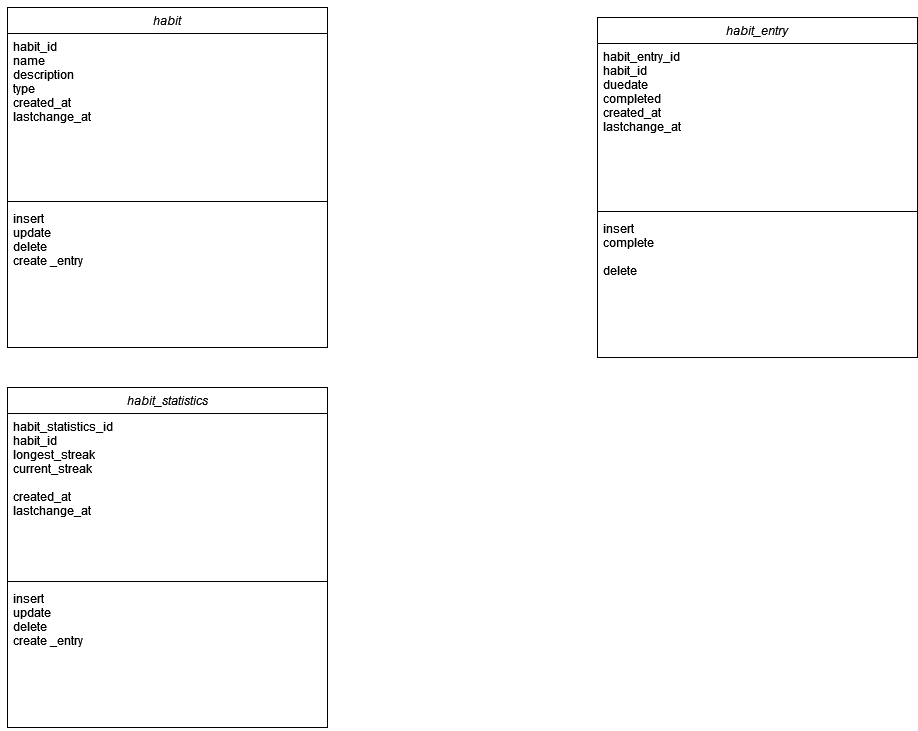
The draw.io diagram diagrams/classes.png in CosmicWhiskers/habit-tracker, before a commit. Source tidied: cells renumbered, new cells last; positions are measured from the earlier drawing's top-left corner, leaving out a move shared by most shapes.
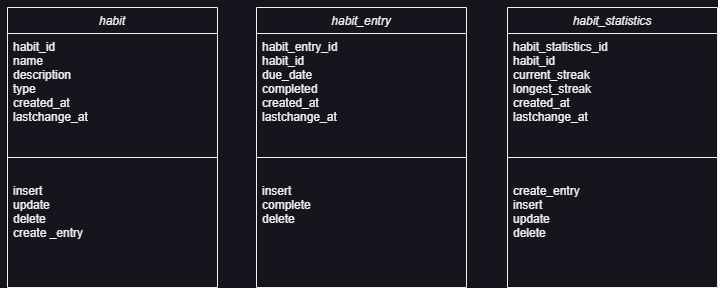
After the commit.

Commit message:
- added test -modified classes UML

Diff of the diagram source:
```diff
@@ -8,40 +8,40 @@
       </mxGeometry>
     </mxCell>
     <mxCell id="3" value="habit" style="swimlane;fontStyle=2;align=center;verticalAlign=top;horizontal=1;startSize=26;rounded=0;shadow=0;strokeWidth=1;" parent="1" vertex="1">
-      <mxGeometry width="320" height="340" as="geometry" />
+      <mxGeometry width="210" height="280" as="geometry" />
     </mxCell>
     <mxCell id="4" value="habit_id&#10;name&#10;description&#10;type&#10;created_at&#10;lastchange_at&#10;&#10;&#10;&#10;" style="text;align=left;verticalAlign=top;spacingLeft=4;spacingRight=4;overflow=hidden;" parent="3" vertex="1">
-      <mxGeometry y="26" width="320" height="164" as="geometry" />
+      <mxGeometry y="26" width="210" height="104" as="geometry" />
     </mxCell>
     <mxCell id="5" style="line;html=1;strokeWidth=1;align=left;verticalAlign=middle;spacingTop=-1;spacingLeft=3;spacingRight=3;labelPosition=right;" parent="3" vertex="1">
-      <mxGeometry y="190" width="320" height="8" as="geometry" />
+      <mxGeometry y="130" width="210" height="40" as="geometry" />
     </mxCell>
     <mxCell id="6" value="insert&#10;update&#10;delete&#10;create _entry&#10;&#10;" style="text;align=left;verticalAlign=top;spacingLeft=4;spacingRight=4;overflow=hidden;" parent="3" vertex="1">
-      <mxGeometry y="198" width="320" height="142" as="geometry" />
+      <mxGeometry y="170" width="210" height="82" as="geometry" />
     </mxCell>
     <mxCell id="7" value="habit_entry" style="swimlane;fontStyle=2;align=center;verticalAlign=top;horizontal=1;startSize=26;rounded=0;shadow=0;strokeWidth=1;" parent="1" vertex="1">
-      <mxGeometry x="590" y="10" width="320" height="340" as="geometry" />
+      <mxGeometry x="249" width="210" height="280" as="geometry" />
     </mxCell>
-    <mxCell id="8" value="habit_entry_id&#10;habit_id&#10;duedate&#10;completed&#10;created_at&#10;lastchange_at&#10;&#10;&#10;&#10;" style="text;align=left;verticalAlign=top;spacingLeft=4;spacingRight=4;overflow=hidden;" parent="7" vertex="1">
-      <mxGeometry y="26" width="320" height="164" as="geometry" />
-    </mxCell>
-    <mxCell id="9" style="line;html=1;strokeWidth=1;align=left;verticalAlign=middle;spacingTop=-1;spacingLeft=3;spacingRight=3;labelPosition=right;" parent="7" vertex="1">
-      <mxGeometry y="190" width="320" height="8" as="geometry" />
-    </mxCell>
+    <mxCell id="15" value="habit_entry_id&#10;habit_id&#10;due_date&#10;completed&#10;created_at&#10;lastchange_at&#10;&#10;&#10;&#10;" style="text;align=left;verticalAlign=top;spacingLeft=4;spacingRight=4;overflow=hidden;" parent="7" vertex="1">
+      <mxGeometry y="26" width="210" height="104" as="geometry" />
+    </mxCell>
+    <mxCell id="16" style="line;html=1;strokeWidth=1;align=left;verticalAlign=middle;spacingTop=-1;spacingLeft=3;spacingRight=3;labelPosition=right;" parent="7" vertex="1">
+      <mxGeometry y="130" width="210" height="40" as="geometry" />
+    </mxCell>
-    <mxCell id="10" value="insert&#10;complete&#10;&#10;delete&#10;" style="text;align=left;verticalAlign=top;spacingLeft=4;spacingRight=4;overflow=hidden;" parent="7" vertex="1">
-      <mxGeometry y="198" width="320" height="142" as="geometry" />
+    <mxCell id="10" value="insert&#10;complete&#10;delete&#10;" style="text;align=left;verticalAlign=top;spacingLeft=4;spacingRight=4;overflow=hidden;" parent="7" vertex="1">
+      <mxGeometry y="170" width="210" height="82" as="geometry" />
     </mxCell>
     <mxCell id="11" value="habit_statistics" style="swimlane;fontStyle=2;align=center;verticalAlign=top;horizontal=1;startSize=26;rounded=0;shadow=0;strokeWidth=1;" parent="1" vertex="1">
-      <mxGeometry y="380" width="320" height="340" as="geometry" />
+      <mxGeometry x="500" width="210" height="280" as="geometry" />
     </mxCell>
-    <mxCell id="12" value="habit_statistics_id&#10;habit_id&#10;longest_streak&#10;current_streak&#10;&#10;created_at&#10;lastchange_at&#10;&#10;&#10;&#10;" style="text;align=left;verticalAlign=top;spacingLeft=4;spacingRight=4;overflow=hidden;" parent="11" vertex="1">
-      <mxGeometry y="26" width="320" height="164" as="geometry" />
-    </mxCell>
-    <mxCell id="13" style="line;html=1;strokeWidth=1;align=left;verticalAlign=middle;spacingTop=-1;spacingLeft=3;spacingRight=3;labelPosition=right;" parent="11" vertex="1">
-      <mxGeometry y="190" width="320" height="8" as="geometry" />
-    </mxCell>
-    <mxCell id="14" value="insert&#10;update&#10;delete&#10;create _entry&#10;&#10;" style="text;align=left;verticalAlign=top;spacingLeft=4;spacingRight=4;overflow=hidden;" parent="11" vertex="1">
-      <mxGeometry y="198" width="320" height="142" as="geometry" />
-    </mxCell>
+    <mxCell id="17" value="habit_statistics_id&#10;habit_id&#10;current_streak&#10;longest_streak&#10;created_at&#10;lastchange_at&#10;&#10;&#10;&#10;" style="text;align=left;verticalAlign=top;spacingLeft=4;spacingRight=4;overflow=hidden;" parent="11" vertex="1">
+      <mxGeometry y="26" width="210" height="104" as="geometry" />
+    </mxCell>
+    <mxCell id="18" style="line;html=1;strokeWidth=1;align=left;verticalAlign=middle;spacingTop=-1;spacingLeft=3;spacingRight=3;labelPosition=right;" parent="11" vertex="1">
+      <mxGeometry y="130" width="210" height="40" as="geometry" />
+    </mxCell>
+    <mxCell id="19" value="create_entry&#10;insert&#10;update&#10;delete&#10;" style="text;align=left;verticalAlign=top;spacingLeft=4;spacingRight=4;overflow=hidden;" parent="11" vertex="1">
+      <mxGeometry y="170" width="210" height="82" as="geometry" />
+    </mxCell>
   </root>
 </mxGraphModel>
```
